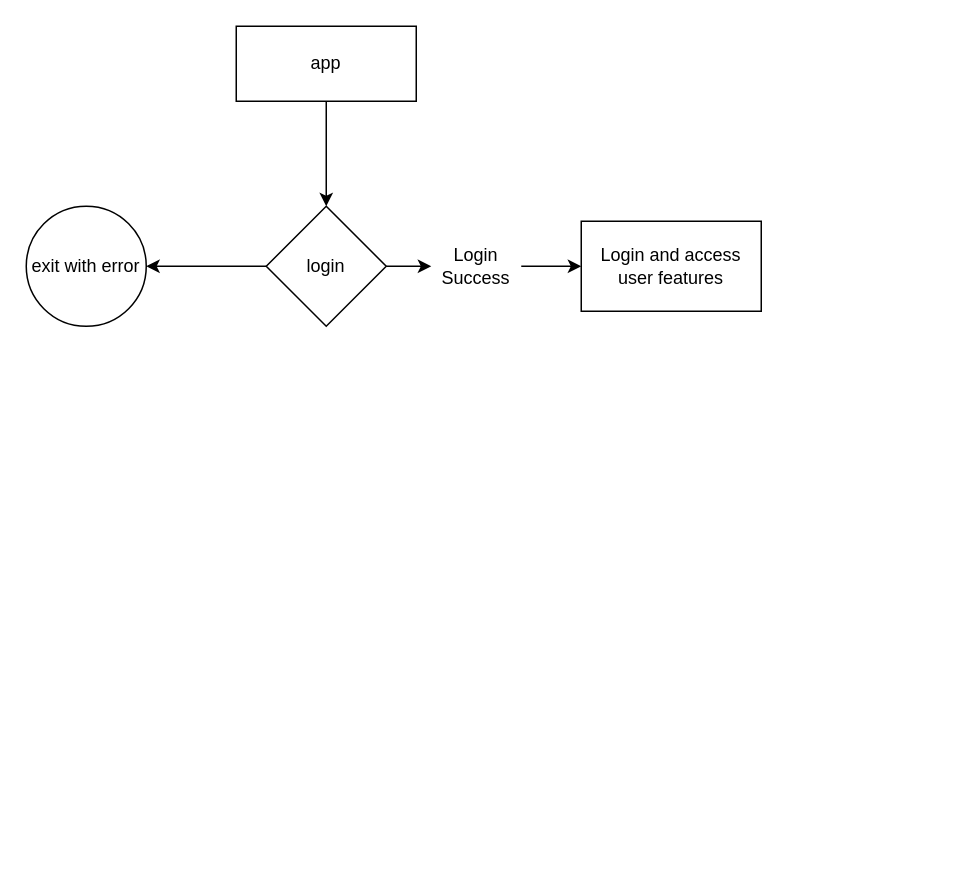
The draw.io diagram Untitled Diagram.drawio in giriposhaneshwar/practice, before the edit. Source tidied: cells renumbered, new cells numbered last; positions are measured from the earlier drawing's top-left corner, leaving out a move shared by most shapes. Both pictures are drawn from the tidied source at 150%, with x=0, y=0 at pixel (26, 26).
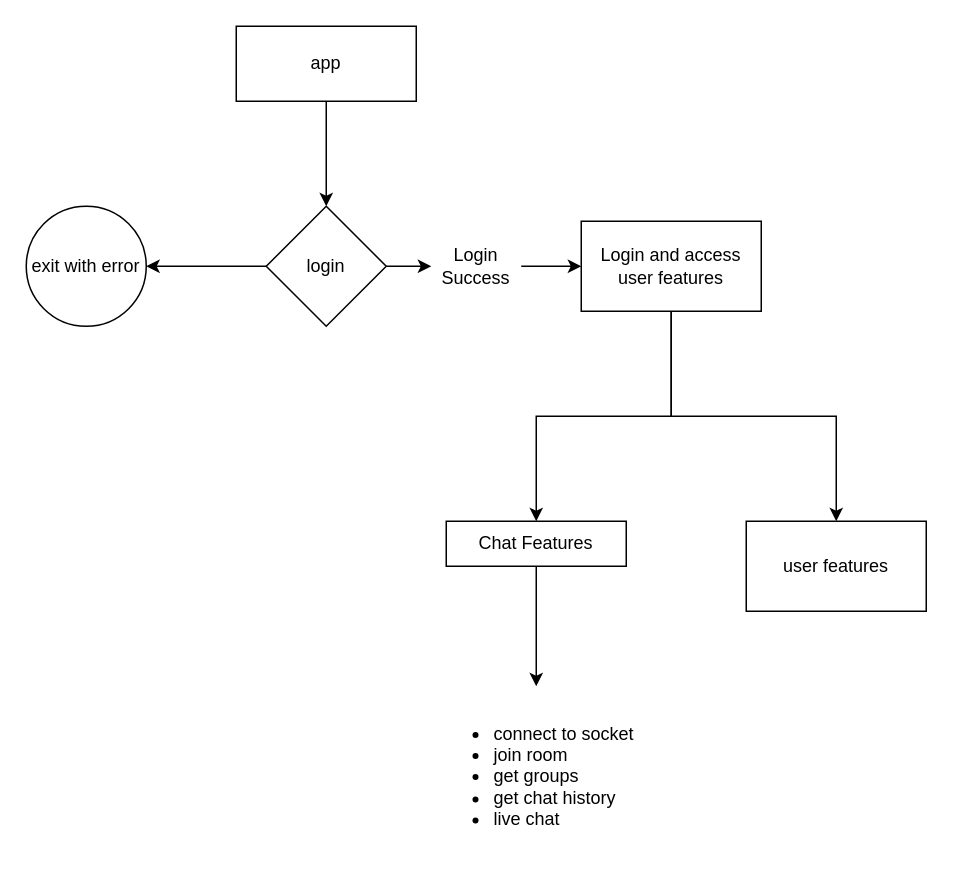
The same page after the edit.

The edit, as a diff of the source:
```diff
@@
 <mxGraphModel>
   <root>
     <mxCell id="0" />
     <mxCell id="1" parent="0" />
     <mxCell id="2" style="edgeStyle=orthogonalEdgeStyle;rounded=0;jettySize=auto;html=1;" parent="1" edge="1" source="3" target="6">
       <mxGeometry relative="1" as="geometry" />
     </mxCell>
     <mxCell id="3" value="app" style="rounded=0;whiteSpace=wrap;html=1;" parent="1" vertex="1">
       <mxGeometry x="140" width="120" height="50" as="geometry" />
     </mxCell>
     <mxCell id="4" style="edgeStyle=orthogonalEdgeStyle;rounded=0;jettySize=auto;html=1;" parent="1" edge="1" source="10" target="7">
       <mxGeometry relative="1" as="geometry" />
     </mxCell>
     <mxCell id="5" style="edgeStyle=orthogonalEdgeStyle;rounded=0;jettySize=auto;html=1;" parent="1" edge="1" source="6" target="8">
       <mxGeometry relative="1" as="geometry" />
     </mxCell>
     <mxCell id="6" value="login" style="rhombus;whiteSpace=wrap;html=1;rounded=0;" parent="1" vertex="1">
       <mxGeometry x="160" y="120" width="80" height="80" as="geometry" />
     </mxCell>
+    <mxCell id="11" style="edgeStyle=orthogonalEdgeStyle;rounded=0;jettySize=auto;html=1;" parent="1" edge="1" source="7" target="13">
+      <mxGeometry relative="1" as="geometry" />
+    </mxCell>
+    <mxCell id="12" style="edgeStyle=orthogonalEdgeStyle;rounded=0;jettySize=auto;html=1;" parent="1" edge="1" source="7" target="15">
+      <mxGeometry relative="1" as="geometry" />
+    </mxCell>
     <mxCell id="7" value="Login and access user features" style="whiteSpace=wrap;html=1;rounded=0;" parent="1" vertex="1">
       <mxGeometry x="370" y="130" width="120" height="60" as="geometry" />
     </mxCell>
     <mxCell id="8" value="exit with error" style="ellipse;whiteSpace=wrap;html=1;rounded=0;" parent="1" vertex="1">
       <mxGeometry y="120" width="80" height="80" as="geometry" />
     </mxCell>
     <mxCell id="9" style="edgeStyle=orthogonalEdgeStyle;rounded=0;jettySize=auto;html=1;" parent="1" edge="1" source="6" target="10">
       <mxGeometry relative="1" as="geometry" />
     </mxCell>
     <mxCell id="10" value="Login Success" style="text;html=1;strokeColor=none;fillColor=none;align=center;verticalAlign=middle;whiteSpace=wrap;rounded=0;" parent="1" vertex="1">
       <mxGeometry x="270" y="145" width="60" height="30" as="geometry" />
     </mxCell>
+    <mxCell id="13" value="user features&lt;br&gt;" style="whiteSpace=wrap;html=1;rounded=0;" parent="1" vertex="1">
+      <mxGeometry x="480" y="330" width="120" height="60" as="geometry" />
+    </mxCell>
+    <mxCell id="14" style="edgeStyle=orthogonalEdgeStyle;rounded=0;jettySize=auto;html=1;exitX=0.5;exitY=1;exitDx=0;exitDy=0;" parent="1" edge="1" source="15" target="16">
+      <mxGeometry relative="1" as="geometry" />
+    </mxCell>
+    <mxCell id="15" value="Chat Features&lt;br&gt;" style="whiteSpace=wrap;html=1;rounded=0;" parent="1" vertex="1">
+      <mxGeometry x="280" y="330" width="120" height="30" as="geometry" />
+    </mxCell>
+    <mxCell id="16" value="&lt;ul&gt;&lt;li&gt;connect to socket&amp;nbsp;&lt;/li&gt;&lt;li&gt;join room&lt;/li&gt;&lt;li&gt;get groups&lt;/li&gt;&lt;li&gt;get chat history&lt;/li&gt;&lt;li&gt;live chat&lt;/li&gt;&lt;/ul&gt;" style="text;strokeColor=none;fillColor=none;html=1;whiteSpace=wrap;verticalAlign=middle;overflow=hidden;" parent="1" vertex="1">
+      <mxGeometry x="270" y="440" width="140" height="120" as="geometry" />
+    </mxCell>
   </root>
 </mxGraphModel>
```
